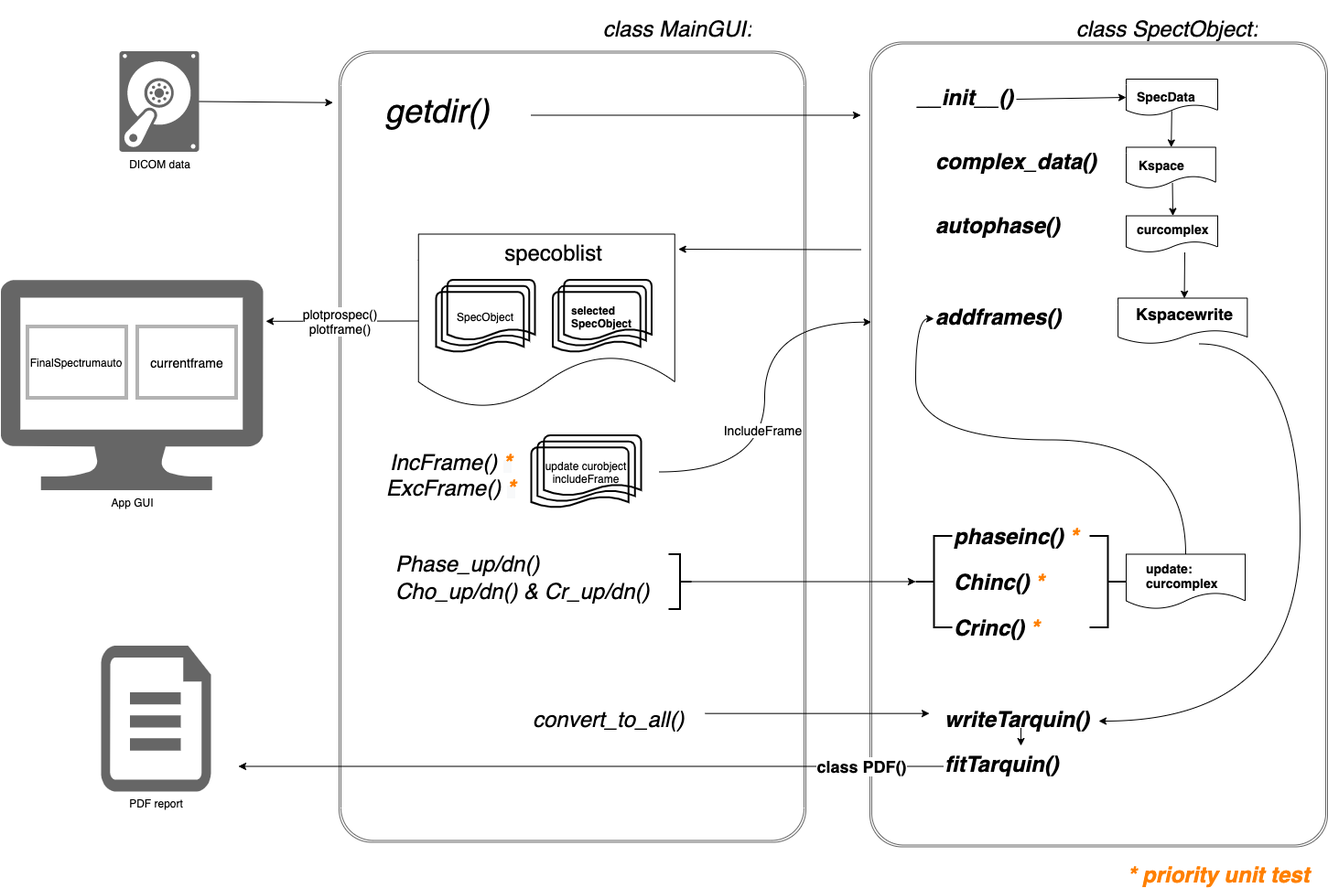
Earlier version of the draw.io export Doc/NeonateMRS_DataFlow.png (papomail/NeonateMRS_UCLH_Python3). Source tidied: cells renumbered, new cells last; positions are measured from the earlier drawing's top-left corner, leaving out a move shared by most shapes.
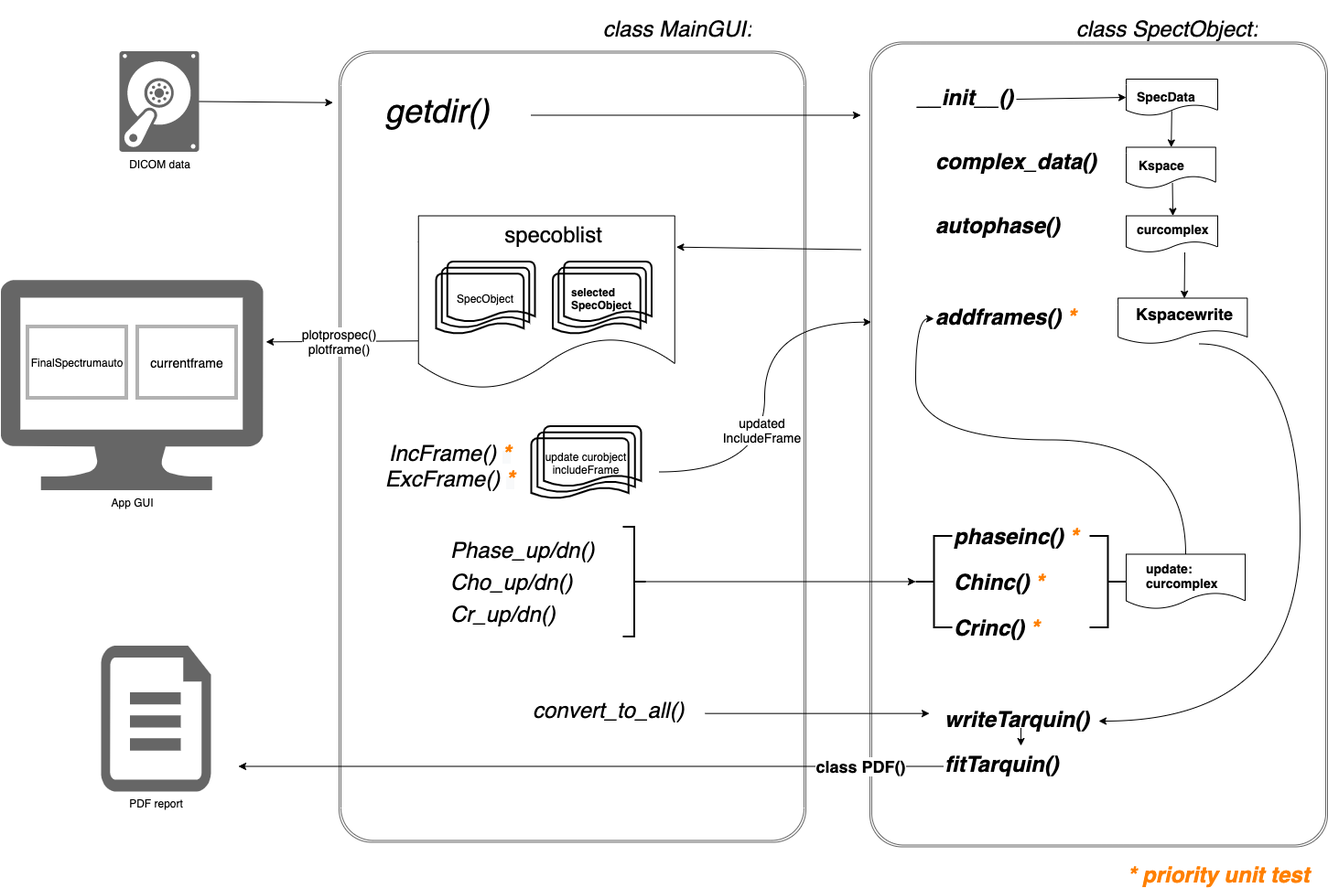
The same diagram one commit later.

Commit message:
flow diagram update

Change to the diagram source:
```diff
@@ -6,7 +6,7 @@
       <mxGeometry x="370" y="55" width="510" height="865" as="geometry" />
     </mxCell>
     <mxCell id="3" style="group;" parent="1" vertex="1">
-      <mxGeometry x="450" y="255" width="293.5" height="190" as="geometry" />
+      <mxGeometry x="450" y="235" width="293.5" height="190" as="geometry" />
     </mxCell>
     <mxCell id="4" style="group;" parent="3" vertex="1">
       <mxGeometry width="293.5" height="190" as="geometry" />
@@ -26,7 +26,7 @@
     <mxCell id="9" value="&lt;b style=&quot;text-align: center ; white-space: normal&quot;&gt;selected&lt;br&gt;SpecObject&lt;/b&gt;" style="text;html=1;" parent="4" vertex="1">
       <mxGeometry x="171.5" y="70" width="90" height="30" as="geometry" />
     </mxCell>
-    <mxCell id="10" style="edgeStyle=none;rounded=0;jettySize=auto;html=1;entryX=1.014;entryY=0.087;entryDx=0;entryDy=0;entryPerimeter=0;" parent="1" edge="1" target="5">
+    <mxCell id="10" style="edgeStyle=none;rounded=0;jettySize=auto;html=1;entryX=1.006;entryY=0.18;entryDx=0;entryDy=0;entryPerimeter=0;" parent="1" edge="1" target="5">
       <mxGeometry relative="1" as="geometry">
         <mxPoint x="940" y="272" as="sourcePoint" />
       </mxGeometry>
@@ -141,7 +141,7 @@
         <mxPoint x="940" y="125" as="targetPoint" />
       </mxGeometry>
     </mxCell>
-    <mxCell id="42" value="&lt;b&gt;&lt;i&gt;&lt;font style=&quot;font-size: 24px&quot;&gt;addframes()&lt;/font&gt;&lt;/i&gt;&lt;/b&gt;" style="text;html=1;" parent="1" vertex="1">
+    <mxCell id="42" value="&lt;b&gt;&lt;i&gt;&lt;font style=&quot;font-size: 24px&quot;&gt;addframes()&amp;nbsp;&lt;/font&gt;&lt;/i&gt;&lt;/b&gt;&lt;b&gt;&lt;i&gt;&lt;font color=&quot;#ff8000&quot; style=&quot;font-size: 24px&quot;&gt;*&lt;/font&gt;&lt;/i&gt;&lt;/b&gt;" style="text;html=1;" parent="1" vertex="1">
       <mxGeometry x="1020" y="325" width="110" height="30" as="geometry" />
     </mxCell>
     <mxCell id="43" style="edgeStyle=none;rounded=0;jettySize=auto;html=1;entryX=0.388;entryY=0.007;entryDx=0;entryDy=0;entryPerimeter=0;" parent="1" edge="1" target="29">
@@ -155,10 +155,8 @@
     <mxCell id="45" value="&lt;b&gt;&lt;i&gt;&lt;font style=&quot;font-size: 24px&quot;&gt;phaseinc()&amp;nbsp;&lt;/font&gt;&lt;/i&gt;&lt;/b&gt;&lt;b&gt;&lt;i&gt;&lt;font color=&quot;#ff8000&quot; style=&quot;font-size: 24px&quot;&gt;*&lt;/font&gt;&lt;/i&gt;&lt;/b&gt;&lt;b&gt;&lt;i&gt;&lt;font style=&quot;font-size: 24px&quot;&gt;&lt;br&gt;&amp;nbsp;&amp;nbsp;&lt;/font&gt;&lt;/i&gt;&lt;/b&gt;" style="text;html=1;" parent="1" vertex="1">
       <mxGeometry x="1040" y="565" width="110" height="30" as="geometry" />
     </mxCell>
-    <mxCell id="46" style="edgeStyle=none;rounded=0;jettySize=auto;html=1;exitX=0;exitY=0.5;exitDx=0;exitDy=0;" parent="1" edge="1" source="5">
-      <mxGeometry relative="1" as="geometry">
-        <mxPoint x="290" y="350.3" as="targetPoint" />
-      </mxGeometry>
+    <mxCell id="46" style="edgeStyle=none;rounded=0;jettySize=auto;html=1;exitX=-0.001;exitY=0.72;exitDx=0;exitDy=0;exitPerimeter=0;entryX=1.011;entryY=0.295;entryDx=0;entryDy=0;entryPerimeter=0;" parent="1" edge="1" source="5" target="16">
+      <mxGeometry relative="1" as="geometry" />
     </mxCell>
     <mxCell id="47" value="&lt;font style=&quot;font-size: 14px&quot;&gt;plotprospec()&lt;br&gt;plotframe()&lt;/font&gt;" style="text;html=1;align=center;verticalAlign=middle;labelBackgroundColor=#ffffff;" parent="46" vertex="1">
       <mxGeometry x="-0.32" y="2" relative="1" as="geometry">
@@ -210,7 +208,7 @@
       <mxGeometry x="1030" y="814.5" width="170" height="30" as="geometry" />
     </mxCell>
     <mxCell id="61" value="&lt;i&gt;&lt;font style=&quot;font-size: 24px&quot;&gt;IncFrame()&amp;nbsp;&lt;/font&gt;&lt;/i&gt;&lt;b style=&quot;text-align: left ; background-color: rgb(248 , 249 , 250)&quot;&gt;&lt;i&gt;&lt;font color=&quot;#ff8000&quot; style=&quot;font-size: 24px&quot;&gt;*&lt;/font&gt;&lt;/i&gt;&lt;/b&gt;&lt;i&gt;&lt;font style=&quot;font-size: 24px&quot;&gt;&lt;br&gt;&lt;/font&gt;&lt;/i&gt;&lt;i&gt;&lt;font style=&quot;font-size: 24px&quot;&gt;ExcFrame()&amp;nbsp;&lt;/font&gt;&lt;/i&gt;&lt;b style=&quot;text-align: left ; background-color: rgb(248 , 249 , 250)&quot;&gt;&lt;i&gt;&lt;font color=&quot;#ff8000&quot; style=&quot;font-size: 24px&quot;&gt;*&lt;/font&gt;&lt;/i&gt;&lt;/b&gt;&lt;i&gt;&lt;font style=&quot;font-size: 24px&quot;&gt;&lt;br&gt;&lt;/font&gt;&lt;/i&gt;" style="text;html=1;align=center;verticalAlign=middle;labelBackgroundColor=#ffffff;" parent="1" vertex="1">
-      <mxGeometry x="310" y="505" as="geometry">
+      <mxGeometry x="310" y="495" as="geometry">
         <mxPoint x="180.9" y="13.2" as="offset" />
       </mxGeometry>
     </mxCell>
@@ -219,11 +217,11 @@
         <mxPoint x="720" y="515" as="sourcePoint" />
       </mxGeometry>
     </mxCell>
-    <mxCell id="63" value="&lt;font style=&quot;font-size: 14px&quot;&gt;IncludeFrame&lt;/font&gt;" style="text;html=1;align=center;verticalAlign=middle;labelBackgroundColor=#ffffff;" parent="62" vertex="1">
+    <mxCell id="63" value="&lt;font style=&quot;font-size: 14px&quot;&gt;updated&lt;br&gt;IncludeFrame&lt;/font&gt;" style="text;html=1;align=center;verticalAlign=middle;labelBackgroundColor=#ffffff;" parent="62" vertex="1">
       <mxGeometry x="-0.44" y="46" relative="1" as="geometry" />
     </mxCell>
     <mxCell id="64" value="update curobject includeFrame" style="strokeWidth=2;html=1;shape=mxgraph.flowchart.multi-document;whiteSpace=wrap;fillColor=none;" parent="1" vertex="1">
-      <mxGeometry x="580" y="475" width="120" height="80" as="geometry" />
+      <mxGeometry x="580" y="465" width="120" height="80" as="geometry" />
     </mxCell>
     <mxCell id="65" style="endArrow=classic;html=1;exitX=0;exitY=0.5;exitDx=0;exitDy=0;exitPerimeter=0;entryX=0;entryY=0.5;entryDx=0;entryDy=0;entryPerimeter=0;" parent="1" edge="1" source="67" target="68">
       <mxGeometry relative="1" as="geometry" />
@@ -232,16 +230,16 @@
       <mxGeometry x="1190" y="585" width="40" height="100" as="geometry" />
     </mxCell>
     <mxCell id="67" style="strokeWidth=2;html=1;shape=mxgraph.flowchart.annotation_2;align=left;labelPosition=right;fillColor=#E6E6E6;rotation=-180;" parent="1" vertex="1">
-      <mxGeometry x="730" y="605" width="25" height="60" as="geometry" />
+      <mxGeometry x="680" y="575" width="25" height="120" as="geometry" />
     </mxCell>
     <mxCell id="68" style="strokeWidth=2;html=1;shape=mxgraph.flowchart.annotation_2;align=left;labelPosition=right;fillColor=#E6E6E6;rotation=0;" parent="1" vertex="1">
       <mxGeometry x="1000" y="585" width="40" height="100" as="geometry" />
     </mxCell>
     <mxCell id="69" value="&lt;font style=&quot;font-size: 24px&quot;&gt;&lt;i&gt;Phase_up/dn()&lt;/i&gt;&lt;/font&gt;" style="text;html=1;" parent="1" vertex="1">
-      <mxGeometry x="430" y="595" width="90" as="geometry" />
+      <mxGeometry x="490" y="580" width="180" height="50" as="geometry" />
     </mxCell>
-    <mxCell id="70" value="&lt;font style=&quot;font-size: 24px&quot;&gt;&lt;i&gt;Cho_up/dn() &amp;amp;&amp;nbsp;Cr_up/dn()&lt;/i&gt;&lt;/font&gt;" style="text;html=1;" parent="1" vertex="1">
-      <mxGeometry x="430" y="625" width="90" height="30" as="geometry" />
+    <mxCell id="70" value="&lt;font style=&quot;font-size: 24px&quot;&gt;&lt;i&gt;Cho_up/dn()&lt;br&gt;&lt;br&gt;&lt;/i&gt;&lt;/font&gt;" style="text;html=1;" parent="1" vertex="1">
+      <mxGeometry x="490" y="615" width="90" height="30" as="geometry" />
     </mxCell>
     <mxCell id="71" style="edgeStyle=none;rounded=0;jettySize=auto;html=1;exitX=0;exitY=0.75;exitDx=0;exitDy=0;" parent="1" edge="1" source="60">
       <mxGeometry relative="1" as="geometry">
@@ -254,7 +252,7 @@
       </mxGeometry>
     </mxCell>
     <mxCell id="73" value="&lt;font style=&quot;font-size: 24px&quot;&gt;&lt;i&gt;convert_to_all()&lt;/i&gt;&lt;/font&gt;" style="text;html=1;" parent="1" vertex="1">
-      <mxGeometry x="580" y="765" width="90" height="30" as="geometry" />
+      <mxGeometry x="580" y="755" width="90" height="30" as="geometry" />
     </mxCell>
     <mxCell id="74" style="edgeStyle=orthogonalEdgeStyle;html=1;startArrow=none;startFill=0;startSize=10;endArrow=none;endFill=0;endSize=10;strokeWidth=3;fontSize=11;fontColor=#FFFFFF;strokeColor=#FFFFFF;dashed=1;rounded=0;" parent="1" edge="1">
       <mxGeometry relative="1" as="geometry">
@@ -271,5 +269,8 @@
     <mxCell id="76" value="&lt;span style=&quot;font-size: 24px&quot;&gt;&lt;b&gt;&lt;i&gt;&lt;font color=&quot;#ff8000&quot;&gt;* priority unit test&lt;/font&gt;&lt;/i&gt;&lt;/b&gt;&lt;/span&gt;" style="text;html=1;" parent="1" vertex="1">
       <mxGeometry x="1230" y="935" width="110" height="30" as="geometry" />
     </mxCell>
+    <mxCell id="77" value="&lt;font style=&quot;font-size: 24px&quot;&gt;&lt;i&gt;Cr_up/dn()&lt;/i&gt;&lt;/font&gt;" style="text;html=1;" parent="1" vertex="1">
+      <mxGeometry x="490" y="650" width="90" height="30" as="geometry" />
+    </mxCell>
   </root>
 </mxGraphModel>
```
